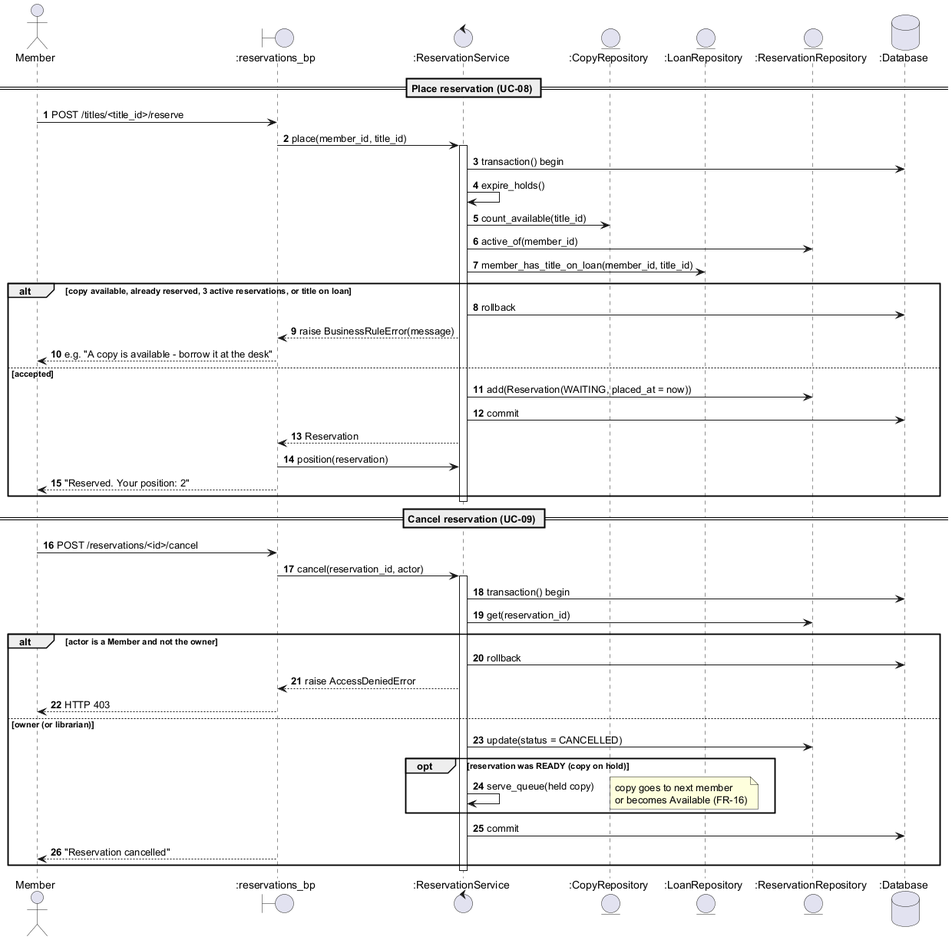
Earlier version of the PlantUML export docs/models/img/seq-reservation.png (imnvrml/library-management-system). The source it was exported from:
```plantuml
@startuml seq-reservation
skinparam shadowing false
autonumber
actor Member
boundary ":reservations_bp" as bp
control ":ReservationService" as res
entity ":CopyRepository" as copies
entity ":LoanRepository" as loans
entity ":ReservationRepository" as rrepo
database ":Database" as db

== Place reservation (UC-08) ==
Member -> bp : POST /titles/<title_id>/reserve
bp -> res : place(member_id, title_id)
activate res
res -> db : transaction() begin
res -> res : expire_holds()
res -> copies : count_available(title_id)
res -> rrepo : active_of(member_id)
res -> loans : member_has_title_on_loan(member_id, title_id)
alt copy available, already reserved, 3 active reservations, or title on loan
  res -> db : rollback
  res --> bp : raise BusinessRuleError(message)
  bp --> Member : e.g. "A copy is available - borrow it at the desk"
else accepted
  res -> rrepo : add(Reservation(WAITING, placed_at = now))
  res -> db : commit
  res --> bp : Reservation
  bp -> res : position(reservation)
  bp --> Member : "Reserved. Your position: 2"
end
deactivate res

== Cancel reservation (UC-09) ==
Member -> bp : POST /reservations/<id>/cancel
bp -> res : cancel(reservation_id, actor)
activate res
res -> db : transaction() begin
res -> rrepo : get(reservation_id)
alt actor is a Member and not the owner
  res -> db : rollback
  res --> bp : raise AccessDeniedError
  bp --> Member : HTTP 403
else owner (or librarian)
  res -> rrepo : update(status = CANCELLED)
  opt reservation was READY (copy on hold)
    res -> res : serve_queue(held copy)
    note right : copy goes to next member\nor becomes Available (FR-16)
  end
  res -> db : commit
  bp --> Member : "Reservation cancelled"
end
deactivate res
@enduml
```
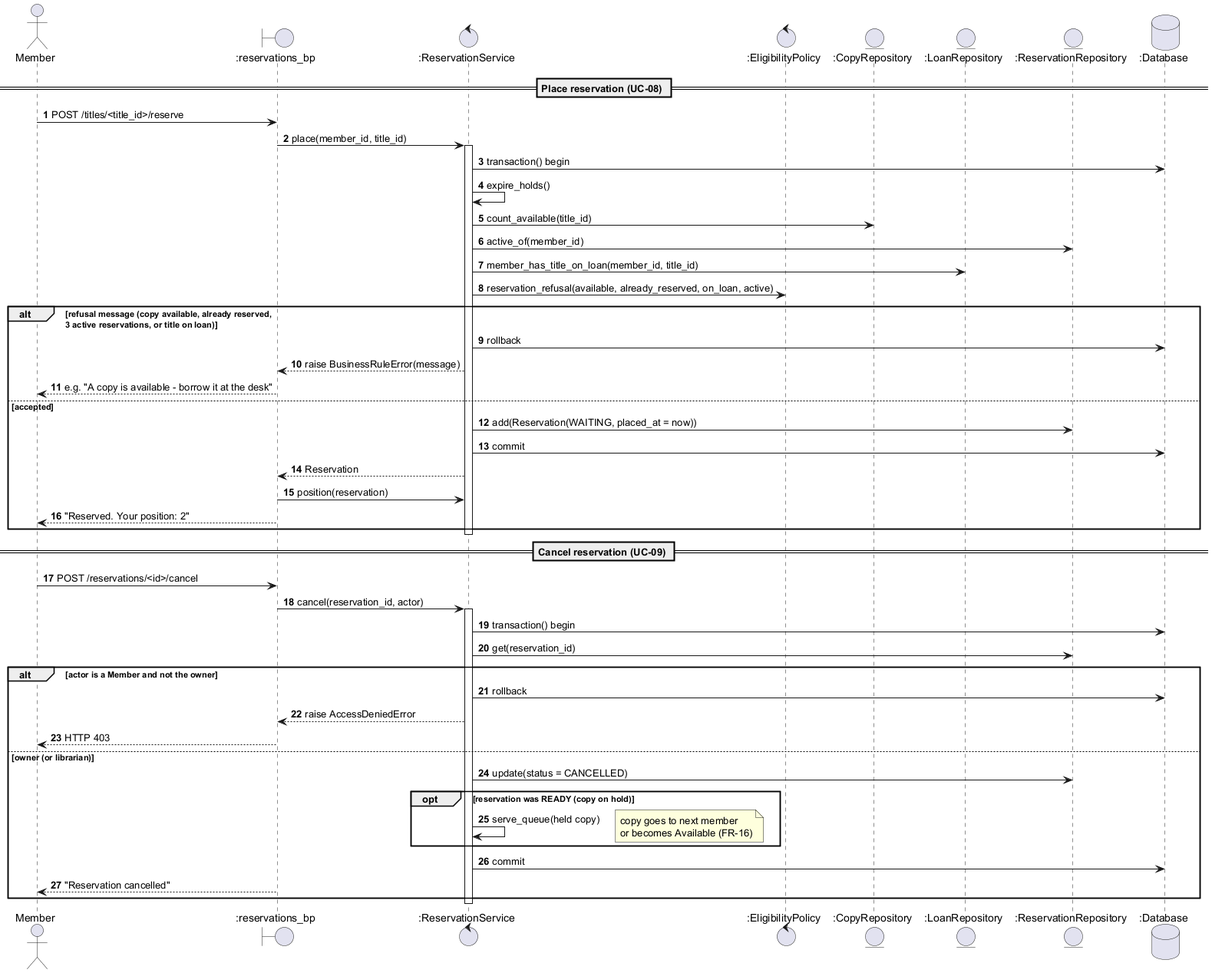
Later version of the same file.

Commit message:
docs(models): v1.1 - extract pure EligibilityPolicy so decision rules are unit-testable

What changed in the source:
```diff
@@ -4,6 +4,7 @@
 actor Member
 boundary ":reservations_bp" as bp
 control ":ReservationService" as res
+control ":EligibilityPolicy" as pol
 entity ":CopyRepository" as copies
 entity ":LoanRepository" as loans
 entity ":ReservationRepository" as rrepo
@@ -18,7 +19,8 @@
 res -> copies : count_available(title_id)
 res -> rrepo : active_of(member_id)
 res -> loans : member_has_title_on_loan(member_id, title_id)
-alt copy available, already reserved, 3 active reservations, or title on loan
+res -> pol : reservation_refusal(available, already_reserved, on_loan, active)
+alt refusal message (copy available, already reserved,\n3 active reservations, or title on loan)
   res -> db : rollback
   res --> bp : raise BusinessRuleError(message)
   bp --> Member : e.g. "A copy is available - borrow it at the desk"
```
